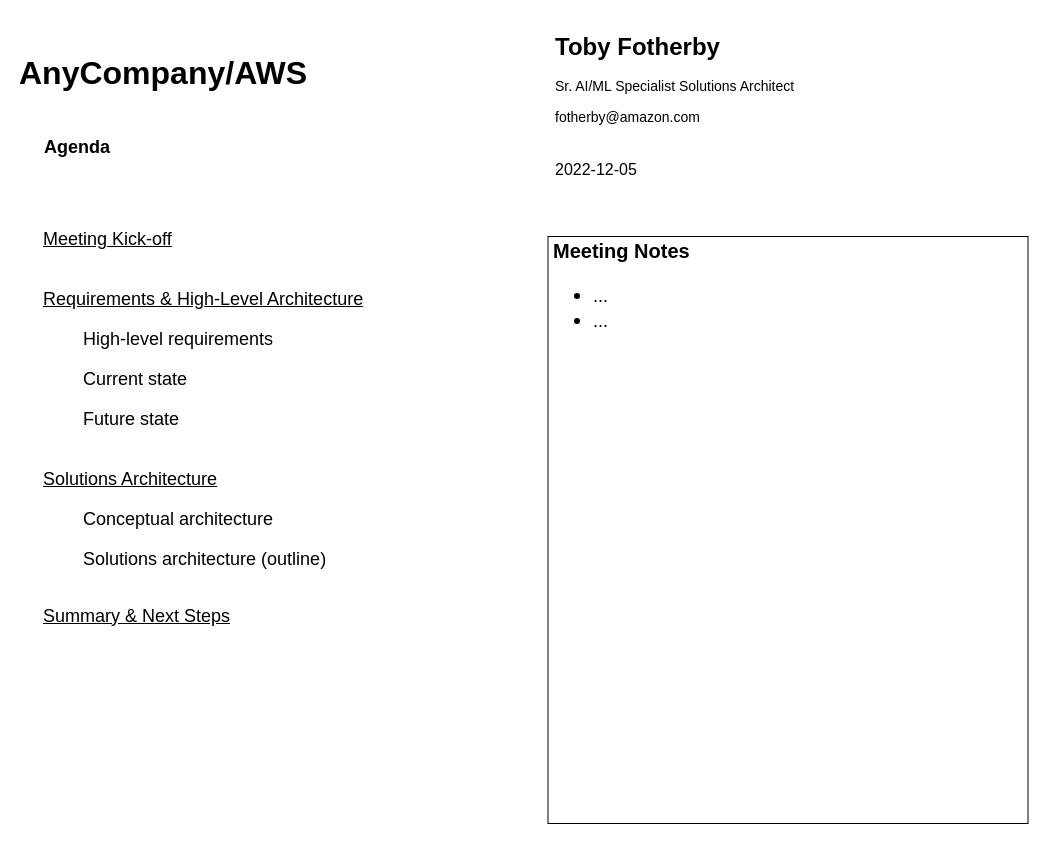
This is page "Agenda" (1 of 7) of AB2 - 2022-12-04-v1.drawio from fotoby/ab3, a draw.io file, before an edit. Source tidied: cells renumbered, new cells numbered last; positions are measured from the earlier drawing's top-left corner, leaving out a move shared by most shapes. Both pictures are drawn from the tidied source at 100%, with x=0, y=0 at pixel (17, 27).
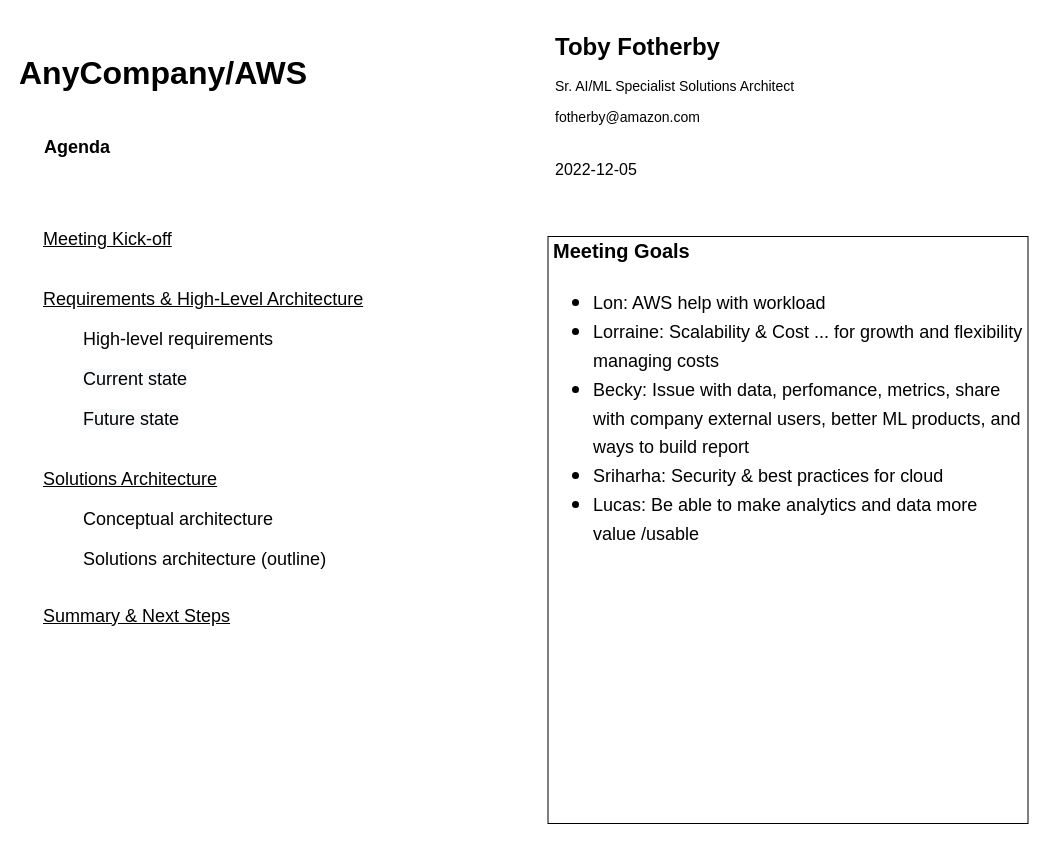
After the change.

Commit message (it also covers changes not shown here):
Final Delivered with Notes

Change to the diagram source:
```diff
@@
 <mxGraphModel>
   <root>
     <mxCell id="0" />
     <mxCell id="1" parent="0" />
     <mxCell id="2" value="Agenda" style="text;html=1;strokeColor=none;fillColor=none;align=center;verticalAlign=middle;whiteSpace=wrap;rounded=0;shadow=0;fontSize=18;fontStyle=1;" parent="1" vertex="1">
       <mxGeometry x="30" y="105" width="60" height="30" as="geometry" />
     </mxCell>
     <mxCell id="3" value="&lt;u&gt;Meeting Kick-off&lt;/u&gt;" style="text;html=1;strokeColor=none;fillColor=none;align=left;verticalAlign=middle;whiteSpace=wrap;rounded=0;shadow=0;fontSize=18;" parent="1" vertex="1">
       <mxGeometry x="24" y="197" width="480" height="30" as="geometry" />
     </mxCell>
     <mxCell id="4" value="&lt;u&gt;Requirements &amp;amp; High-Level Architecture&lt;/u&gt;" style="text;html=1;strokeColor=none;fillColor=none;align=left;verticalAlign=middle;whiteSpace=wrap;rounded=0;shadow=0;fontSize=18;" parent="1" vertex="1">
       <mxGeometry x="24" y="257" width="480" height="30" as="geometry" />
     </mxCell>
     <mxCell id="5" value="&lt;u&gt;Solutions Architecture&lt;/u&gt;" style="text;html=1;strokeColor=none;fillColor=none;align=left;verticalAlign=middle;whiteSpace=wrap;rounded=0;shadow=0;fontSize=18;" parent="1" vertex="1">
       <mxGeometry x="24" y="437" width="480" height="30" as="geometry" />
     </mxCell>
     <mxCell id="6" value="&lt;u&gt;Summary &amp;amp; Next Steps&lt;/u&gt;" style="text;html=1;strokeColor=none;fillColor=none;align=left;verticalAlign=middle;whiteSpace=wrap;rounded=0;shadow=0;fontSize=18;" parent="1" vertex="1">
       <mxGeometry x="24" y="574" width="480" height="30" as="geometry" />
     </mxCell>
     <mxCell id="7" value="Conceptual architecture" style="text;html=1;strokeColor=none;fillColor=none;align=left;verticalAlign=middle;whiteSpace=wrap;rounded=0;shadow=0;fontSize=18;" parent="1" vertex="1">
       <mxGeometry x="64" y="477" width="480" height="30" as="geometry" />
     </mxCell>
     <mxCell id="8" value="Solutions architecture (outline)" style="text;html=1;strokeColor=none;fillColor=none;align=left;verticalAlign=middle;whiteSpace=wrap;rounded=0;shadow=0;fontSize=18;" parent="1" vertex="1">
       <mxGeometry x="64" y="517" width="480" height="30" as="geometry" />
     </mxCell>
     <mxCell id="9" value="High-level requirements" style="text;html=1;strokeColor=none;fillColor=none;align=left;verticalAlign=middle;whiteSpace=wrap;rounded=0;shadow=0;fontSize=18;" parent="1" vertex="1">
       <mxGeometry x="64" y="297" width="480" height="30" as="geometry" />
     </mxCell>
     <mxCell id="10" value="&lt;span style=&quot;caret-color: rgb(0, 0, 0); color: rgb(0, 0, 0); font-family: Helvetica; font-size: 18px; font-style: normal; font-variant-caps: normal; font-weight: 400; letter-spacing: normal; text-align: left; text-indent: 0px; text-transform: none; word-spacing: 0px; -webkit-text-stroke-width: 0px; background-color: rgb(248, 249, 250); text-decoration: none; float: none; display: inline !important;&quot;&gt;Future state&lt;/span&gt;" style="text;html=1;strokeColor=none;fillColor=none;align=left;verticalAlign=middle;whiteSpace=wrap;rounded=0;shadow=0;fontSize=18;" parent="1" vertex="1">
       <mxGeometry x="64" y="377" width="480" height="30" as="geometry" />
     </mxCell>
     <mxCell id="11" value="&lt;font style=&quot;font-size: 16px;&quot;&gt;2022-12-05&lt;/font&gt;" style="text;html=1;strokeColor=none;fillColor=none;align=left;verticalAlign=middle;whiteSpace=wrap;rounded=0;dashed=1;labelBackgroundColor=#FFFFFF;fontSize=24;fontColor=#000000;" parent="1" vertex="1">
       <mxGeometry x="536" y="125" width="143" height="30" as="geometry" />
     </mxCell>
     <mxCell id="12" value="&lt;font style=&quot;font-size: 32px;&quot;&gt;AnyCompany/AWS&lt;/font&gt;" style="text;html=1;strokeColor=none;fillColor=none;align=left;verticalAlign=middle;whiteSpace=wrap;rounded=0;shadow=0;fontSize=18;fontStyle=1;" parent="1" vertex="1">
       <mxGeometry y="31" width="329" height="29" as="geometry" />
     </mxCell>
     <mxCell id="13" value="&lt;span style=&quot;caret-color: rgb(0, 0, 0); color: rgb(0, 0, 0); font-family: Helvetica; font-size: 18px; font-style: normal; font-variant-caps: normal; font-weight: 400; letter-spacing: normal; text-align: left; text-indent: 0px; text-transform: none; word-spacing: 0px; -webkit-text-stroke-width: 0px; background-color: rgb(248, 249, 250); text-decoration: none; float: none; display: inline !important;&quot;&gt;Current state&lt;/span&gt;" style="text;html=1;strokeColor=none;fillColor=none;align=left;verticalAlign=middle;whiteSpace=wrap;rounded=0;shadow=0;fontSize=18;" parent="1" vertex="1">
       <mxGeometry x="64" y="337" width="480" height="30" as="geometry" />
     </mxCell>
     <mxCell id="14" value="&lt;h1&gt;Toby Fotherby&lt;/h1&gt;&lt;p style=&quot;font-size: 14px;&quot;&gt;&lt;font style=&quot;font-size: 14px;&quot;&gt;Sr. AI/ML Specialist Solutions Architect&lt;/font&gt;&lt;/p&gt;&lt;p style=&quot;font-size: 14px;&quot;&gt;&lt;font style=&quot;font-size: 14px;&quot;&gt;fotherby@amazon.com&lt;/font&gt;&lt;/p&gt;" style="text;html=1;strokeColor=none;fillColor=none;spacing=5;spacingTop=-20;whiteSpace=wrap;overflow=hidden;rounded=0;" parent="1" vertex="1">
       <mxGeometry x="533" width="281" height="120" as="geometry" />
     </mxCell>
-    <mxCell id="15" value="&lt;h1 style=&quot;font-size: 20px;&quot;&gt;&lt;font style=&quot;font-size: 20px;&quot;&gt;Meeting Notes&lt;/font&gt;&lt;/h1&gt;&lt;h1 style=&quot;font-size: 20px;&quot;&gt;&lt;ul&gt;&lt;li&gt;&lt;font style=&quot;font-size: 18px;&quot;&gt;&lt;span style=&quot;font-weight: normal;&quot;&gt;...&lt;/span&gt;&lt;br&gt;&lt;/font&gt;&lt;/li&gt;&lt;li style=&quot;font-size: 20px;&quot;&gt;&lt;span style=&quot;font-weight: 400;&quot;&gt;&lt;font style=&quot;font-size: 18px;&quot;&gt;...&lt;/font&gt;&lt;/span&gt;&lt;/li&gt;&lt;/ul&gt;&lt;/h1&gt;" style="text;html=1;strokeColor=default;fillColor=none;spacing=5;spacingTop=-20;whiteSpace=wrap;overflow=hidden;rounded=0;shadow=0;" parent="1" vertex="1">
+    <mxCell id="15" value="&lt;h1 style=&quot;font-size: 20px;&quot;&gt;&lt;font style=&quot;font-size: 20px;&quot;&gt;Meeting Goals&lt;/font&gt;&lt;/h1&gt;&lt;h1 style=&quot;&quot;&gt;&lt;ul style=&quot;&quot;&gt;&lt;li style=&quot;&quot;&gt;&lt;span style=&quot;font-size: 18px; font-weight: 400;&quot;&gt;Lon: AWS help with workload&lt;/span&gt;&lt;/li&gt;&lt;li style=&quot;&quot;&gt;&lt;span style=&quot;font-size: 18px; font-weight: 400;&quot;&gt;Lorraine: Scalability &amp;amp; Cost ... for growth and flexibility managing costs&lt;/span&gt;&lt;/li&gt;&lt;li style=&quot;&quot;&gt;&lt;span style=&quot;font-size: 18px; font-weight: 400;&quot;&gt;Becky: Issue with data, perfomance, metrics, share with company external users, better ML products, and ways to build report&lt;/span&gt;&lt;/li&gt;&lt;li style=&quot;&quot;&gt;&lt;span style=&quot;font-size: 18px; font-weight: 400;&quot;&gt;Sriharha: Security &amp;amp; best practices for cloud&lt;/span&gt;&lt;/li&gt;&lt;li style=&quot;&quot;&gt;&lt;span style=&quot;font-size: 18px; font-weight: 400;&quot;&gt;Lucas: Be able to make analytics and data more value /usable&lt;/span&gt;&lt;/li&gt;&lt;/ul&gt;&lt;div style=&quot;&quot;&gt;&lt;span style=&quot;font-size: 18px; font-weight: 400;&quot;&gt;&lt;br&gt;&lt;/span&gt;&lt;/div&gt;&lt;/h1&gt;" style="text;html=1;strokeColor=default;fillColor=none;spacing=5;spacingTop=-20;whiteSpace=wrap;overflow=hidden;rounded=0;shadow=0;" parent="1" vertex="1">
       <mxGeometry x="530.5" y="209" width="480" height="587" as="geometry" />
     </mxCell>
   </root>
 </mxGraphModel>
```
